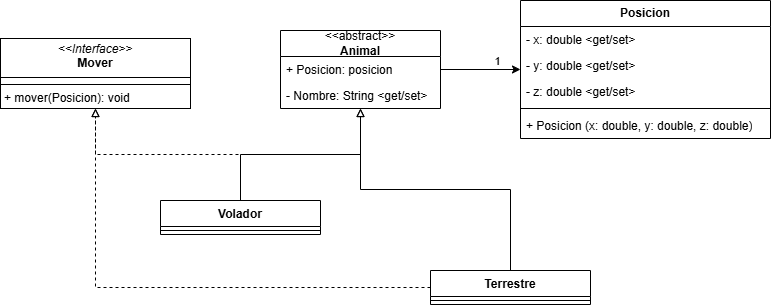
Marco-Poelsma/Animal_Diagrama_Clases keeps this draw.io diagram as Animales.png. Above is the earlier version. Source tidied: cells renumbered, new cells last; positions are measured from the earlier drawing's top-left corner, leaving out a move shared by most shapes.
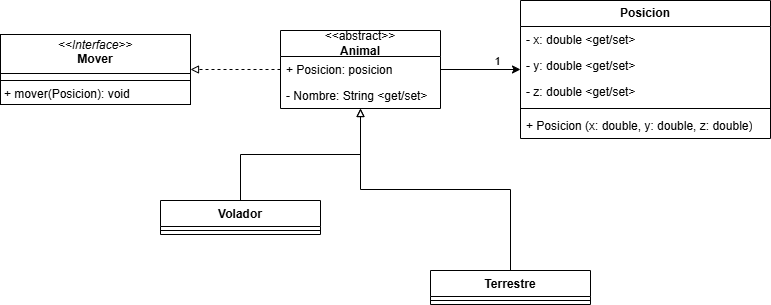
After the change.

Commit message:
Hotfix diagrama clases

Diff of the diagram source:
```diff
@@ -38,12 +38,12 @@
       <mxGeometry y="112" width="250" height="26" as="geometry" />
     </mxCell>
     <mxCell id="13" value="&lt;p style=&quot;margin:0px;margin-top:4px;text-align:center;&quot;&gt;&lt;i&gt;&amp;lt;&amp;lt;Interface&amp;gt;&amp;gt;&lt;/i&gt;&lt;br&gt;&lt;b&gt;Mover&lt;/b&gt;&lt;/p&gt;&lt;hr style=&quot;border-style: solid;&quot; size=&quot;1&quot;&gt;&lt;hr size=&quot;1&quot; style=&quot;border-style:solid;&quot;&gt;&lt;p style=&quot;margin:0px;margin-left:4px;&quot;&gt;+ mover(Posicion): void&lt;/p&gt;" style="verticalAlign=top;align=left;overflow=fill;html=1;whiteSpace=wrap;" parent="1" vertex="1">
-      <mxGeometry y="38" width="190" height="70" as="geometry" />
+      <mxGeometry y="34" width="190" height="70" as="geometry" />
     </mxCell>
     <mxCell id="14" style="edgeStyle=orthogonalEdgeStyle;rounded=0;jettySize=auto;html=1;endArrow=block;endFill=0;" parent="1" edge="1" source="16" target="4">
       <mxGeometry relative="1" as="geometry" />
     </mxCell>
-    <mxCell id="15" style="edgeStyle=orthogonalEdgeStyle;rounded=0;jettySize=auto;html=1;endArrow=block;endFill=0;dashed=1;" parent="1" edge="1" source="16" target="13">
+    <mxCell id="15" style="edgeStyle=orthogonalEdgeStyle;rounded=0;jettySize=auto;html=1;endArrow=block;endFill=0;dashed=1;" parent="1" edge="1" source="4" target="13">
       <mxGeometry relative="1" as="geometry" />
     </mxCell>
     <mxCell id="16" value="Volador" style="swimlane;fontStyle=1;align=center;verticalAlign=top;horizontal=1;startSize=26;whiteSpace=wrap;html=1;" parent="1" vertex="1">
@@ -55,9 +55,6 @@
     <mxCell id="18" style="edgeStyle=orthogonalEdgeStyle;rounded=0;jettySize=auto;html=1;endArrow=block;endFill=0;" parent="1" edge="1" source="20" target="4">
       <mxGeometry relative="1" as="geometry" />
     </mxCell>
-    <mxCell id="19" style="edgeStyle=orthogonalEdgeStyle;rounded=0;jettySize=auto;html=1;dashed=1;endArrow=block;endFill=0;" parent="1" edge="1" source="20" target="13">
-      <mxGeometry relative="1" as="geometry" />
-    </mxCell>
     <mxCell id="20" value="Terrestre" style="swimlane;fontStyle=1;align=center;verticalAlign=top;horizontal=1;startSize=26;whiteSpace=wrap;html=1;" parent="1" vertex="1">
       <mxGeometry x="430" y="270" width="160" height="34" as="geometry" />
     </mxCell>
```
